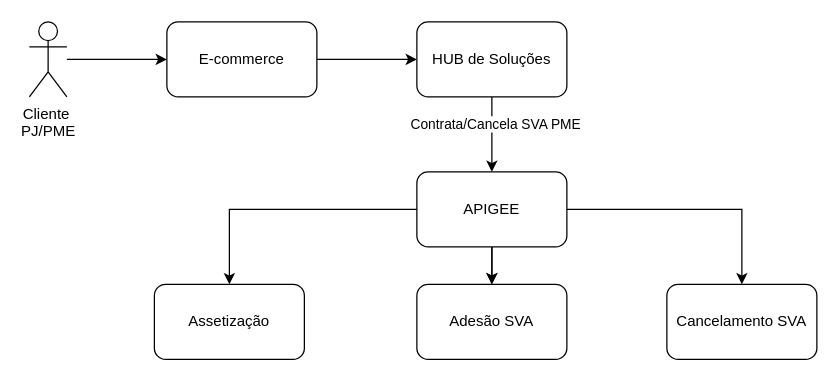
Before: 123937 Integ. ecommerce Soluções Dig. Jornada Fixa.drawio in samirali/ClaroBrasil, a draw.io diagram. Source tidied: cells renumbered, new cells numbered last; positions are measured from the earlier drawing's top-left corner, leaving out a move shared by most shapes. Both pictures are drawn from the tidied source at 125%, with x=0, y=0 at pixel (29, 21).
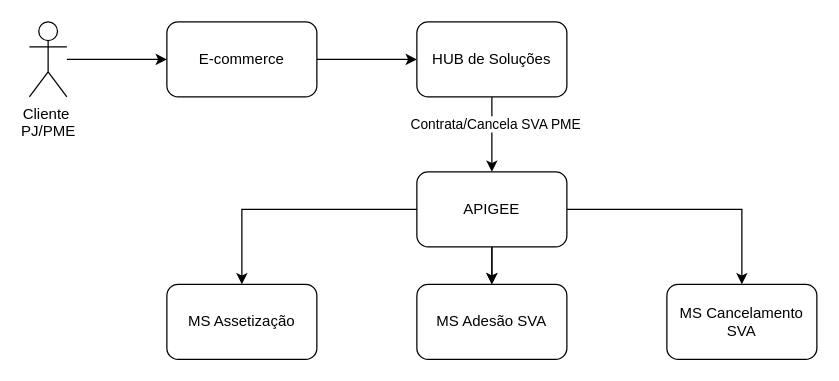
The same diagram, later.

Diff of the diagram source:
```diff
@@
 <mxGraphModel>
   <root>
     <mxCell id="0" />
     <mxCell id="1" parent="0" />
     <mxCell id="2" style="edgeStyle=orthogonalEdgeStyle;rounded=0;jettySize=auto;html=1;entryX=0;entryY=0.5;entryDx=0;entryDy=0;" parent="1" edge="1" source="3" target="5">
       <mxGeometry relative="1" as="geometry" />
     </mxCell>
     <mxCell id="3" value="Cliente&amp;nbsp;&lt;div&gt;PJ/PME&lt;/div&gt;" style="shape=umlActor;verticalLabelPosition=bottom;verticalAlign=top;html=1;outlineConnect=0;" parent="1" vertex="1">
       <mxGeometry width="30" height="60" as="geometry" />
     </mxCell>
     <mxCell id="4" style="edgeStyle=orthogonalEdgeStyle;rounded=0;jettySize=auto;html=1;" parent="1" edge="1" source="5" target="8">
       <mxGeometry relative="1" as="geometry" />
     </mxCell>
     <mxCell id="5" value="E-commerce" style="rounded=1;whiteSpace=wrap;html=1;" parent="1" vertex="1">
       <mxGeometry x="110" width="120" height="60" as="geometry" />
     </mxCell>
     <mxCell id="6" style="edgeStyle=orthogonalEdgeStyle;rounded=0;jettySize=auto;html=1;" parent="1" edge="1" source="8" target="13">
       <mxGeometry relative="1" as="geometry" />
     </mxCell>
     <mxCell id="7" value="Contrata/Cancela SVA PME" style="edgeLabel;html=1;align=center;verticalAlign=middle;" parent="6" vertex="1">
       <mxGeometry x="-0.29" y="2" relative="1" as="geometry" />
     </mxCell>
     <mxCell id="8" value="HUB de Soluções" style="whiteSpace=wrap;html=1;rounded=1;" parent="1" vertex="1">
       <mxGeometry x="310" width="120" height="60" as="geometry" />
     </mxCell>
     <mxCell id="9" style="edgeStyle=orthogonalEdgeStyle;rounded=0;jettySize=auto;html=1;" parent="1" edge="1" source="13" target="14">
       <mxGeometry relative="1" as="geometry" />
     </mxCell>
     <mxCell id="10" style="edgeStyle=orthogonalEdgeStyle;rounded=0;jettySize=auto;html=1;" parent="1" edge="1" source="13" target="15">
       <mxGeometry relative="1" as="geometry" />
     </mxCell>
     <mxCell id="11" style="edgeStyle=orthogonalEdgeStyle;rounded=0;jettySize=auto;html=1;" parent="1" edge="1" source="13" target="15">
       <mxGeometry relative="1" as="geometry" />
     </mxCell>
     <mxCell id="12" style="edgeStyle=orthogonalEdgeStyle;rounded=0;jettySize=auto;html=1;" parent="1" edge="1" source="13" target="16">
       <mxGeometry relative="1" as="geometry" />
     </mxCell>
     <mxCell id="13" value="APIGEE" style="whiteSpace=wrap;html=1;rounded=1;" parent="1" vertex="1">
       <mxGeometry x="310" y="120" width="120" height="60" as="geometry" />
     </mxCell>
-    <mxCell id="14" value="Assetização" style="whiteSpace=wrap;html=1;rounded=1;" parent="1" vertex="1">
-      <mxGeometry x="100" y="210" width="120" height="60" as="geometry" />
+    <mxCell id="14" value="MS Assetização" style="whiteSpace=wrap;html=1;rounded=1;" parent="1" vertex="1">
+      <mxGeometry x="110" y="210" width="120" height="60" as="geometry" />
     </mxCell>
-    <mxCell id="15" value="Adesão SVA" style="whiteSpace=wrap;html=1;rounded=1;" parent="1" vertex="1">
+    <mxCell id="15" value="MS Adesão SVA" style="whiteSpace=wrap;html=1;rounded=1;" parent="1" vertex="1">
       <mxGeometry x="310" y="210" width="120" height="60" as="geometry" />
     </mxCell>
-    <mxCell id="16" value="Cancelamento SVA" style="whiteSpace=wrap;html=1;rounded=1;" parent="1" vertex="1">
+    <mxCell id="16" value="MS Cancelamento SVA" style="whiteSpace=wrap;html=1;rounded=1;" parent="1" vertex="1">
       <mxGeometry x="510" y="210" width="120" height="60" as="geometry" />
     </mxCell>
   </root>
 </mxGraphModel>
```
